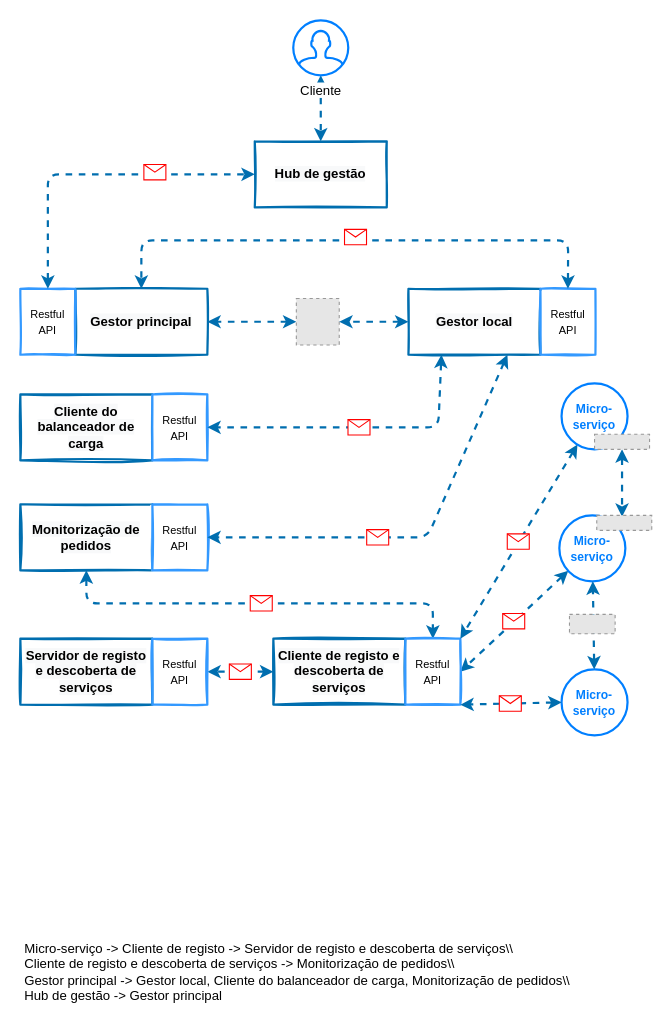
The draw.io diagram http_communcation.drawio in danielfct/master-thesis, before the edit. Source tidied: cells renumbered, new cells numbered last; positions are measured from the earlier drawing's top-left corner, leaving out a move shared by most shapes. Both pictures are drawn from the tidied source at 110%, with x=0, y=0 at pixel (20, 20). Pictures stored in the file or linked from it are replaced by grey dashed boxes.
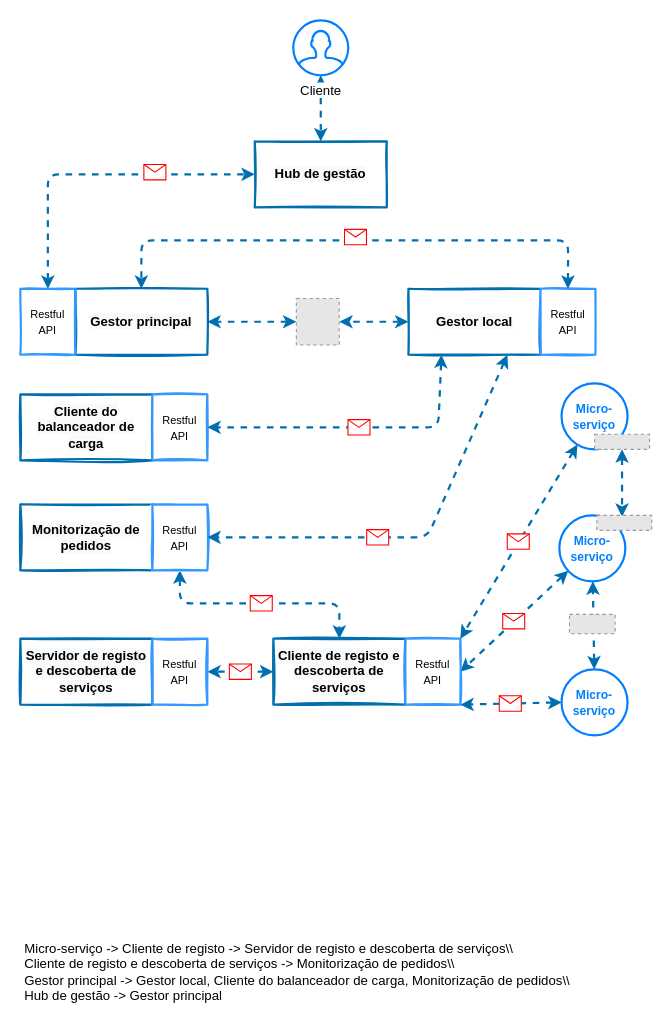
Above is the later version.

Unchanged cells that the change refers to:
```xml
<mxCell id="13" value="&lt;b style=&quot;color: rgb(0 , 0 , 0) ; font-size: 12px ; font-style: normal ; letter-spacing: normal ; text-align: center ; text-indent: 0px ; text-transform: none ; word-spacing: 0px ; font-family: &amp;#34;helvetica&amp;#34; ; background-color: rgb(248 , 249 , 250)&quot;&gt;Cliente de registo e descoberta de serviços&lt;/b&gt;" style="rounded=0;whiteSpace=wrap;html=1;sketch=1;strokeColor=#006EAF;strokeWidth=2;" parent="12" vertex="1">
  <mxGeometry width="120" height="60" as="geometry" />
</mxCell>
<mxCell id="14" value="&lt;font style=&quot;font-size: 10px&quot;&gt;&lt;span style=&quot;font-family: &amp;#34;helvetica&amp;#34;&quot;&gt;Restful&lt;/span&gt;&lt;br style=&quot;font-family: &amp;#34;helvetica&amp;#34;&quot;&gt;&lt;span style=&quot;font-family: &amp;#34;helvetica&amp;#34;&quot;&gt;API&lt;/span&gt;&lt;/font&gt;" style="rounded=0;whiteSpace=wrap;html=1;sketch=1;strokeWidth=2;strokeColor=#3399FF;" parent="12" vertex="1">
  <mxGeometry x="120" width="50" height="60" as="geometry" />
</mxCell>
<mxCell id="16" value="&lt;b style=&quot;color: rgb(0 , 0 , 0) ; font-size: 12px ; font-style: normal ; letter-spacing: normal ; text-align: center ; text-indent: 0px ; text-transform: none ; word-spacing: 0px ; font-family: &amp;#34;helvetica&amp;#34; ; background-color: rgb(248 , 249 , 250)&quot;&gt;Monitorização de pedidos&lt;/b&gt;" style="rounded=0;whiteSpace=wrap;html=1;sketch=1;strokeColor=#006EAF;strokeWidth=2;" parent="15" vertex="1">
  <mxGeometry width="120" height="60" as="geometry" />
</mxCell>
<mxCell id="17" value="&lt;font style=&quot;font-size: 10px&quot;&gt;&lt;span style=&quot;font-family: &amp;#34;helvetica&amp;#34;&quot;&gt;Restful&lt;/span&gt;&lt;br style=&quot;font-family: &amp;#34;helvetica&amp;#34;&quot;&gt;&lt;span style=&quot;font-family: &amp;#34;helvetica&amp;#34;&quot;&gt;API&lt;/span&gt;&lt;/font&gt;" style="rounded=0;whiteSpace=wrap;html=1;sketch=1;strokeWidth=2;strokeColor=#3399FF;" parent="15" vertex="1">
  <mxGeometry x="120" width="50" height="60" as="geometry" />
</mxCell>
```

The edit, as a diff of the source:
```diff
@@
-    <mxCell id="7" style="endArrow=classic;html=1;dashed=1;strokeColor=#006EAF;strokeWidth=2;startArrow=classic;startFill=1;entryX=0.5;entryY=0;entryDx=0;entryDy=0;exitX=0.5;exitY=1;exitDx=0;exitDy=0;" parent="1" edge="1" source="16" target="14">
+    <mxCell id="7" style="endArrow=classic;html=1;dashed=1;strokeColor=#006EAF;strokeWidth=2;startArrow=classic;startFill=1;entryX=0.5;entryY=0;entryDx=0;entryDy=0;exitX=0.5;exitY=1;exitDx=0;exitDy=0;" parent="1" edge="1" source="17" target="13">
       <mxGeometry relative="1" as="geometry">
         <Array as="points">
-          <mxPoint x="60" y="530" />
+          <mxPoint x="145" y="530" />
           <mxPoint x="250" y="530" />
-          <mxPoint x="375" y="530" />
+          <mxPoint x="290" y="530" />
         </Array>
       </mxGeometry>
     </mxCell>
```
